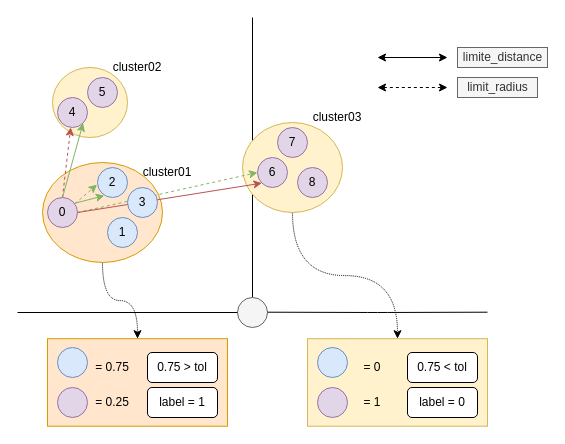
This is page "segmentation" (2 of 3) of .doc/ros_detection_legs.drawio from PouceHeure/ros_detection_legs, a draw.io file, before an edit. Source tidied: cells renumbered, new cells numbered last; positions are measured from the earlier drawing's top-left corner, leaving out a move shared by most shapes. Both pictures are drawn from the tidied source at 100%, with x=0, y=0 at pixel (17, 17).
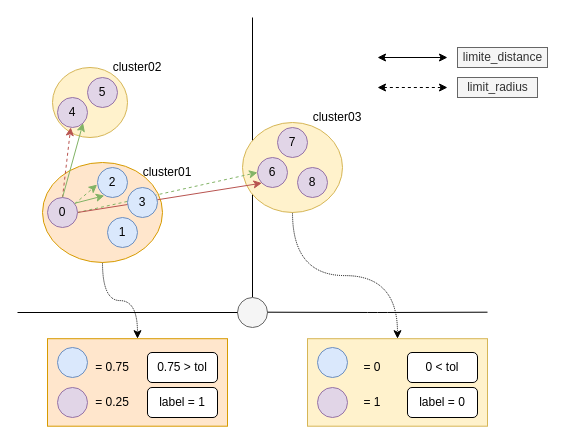
The same diagram, later.

Commit message (it also covers changes not shown here):
update segmentation graph

Change to the diagram source:
```diff
@@
-    <mxCell id="46" value="0.75 &amp;lt; tol" style="rounded=1;whiteSpace=wrap;html=1;direction=east;" parent="1" vertex="1">
+    <mxCell id="46" value="0 &amp;lt; tol" style="rounded=1;whiteSpace=wrap;html=1;direction=east;" parent="1" vertex="1">
       <mxGeometry x="390" y="335" width="70" height="30" as="geometry" />
     </mxCell>
```
